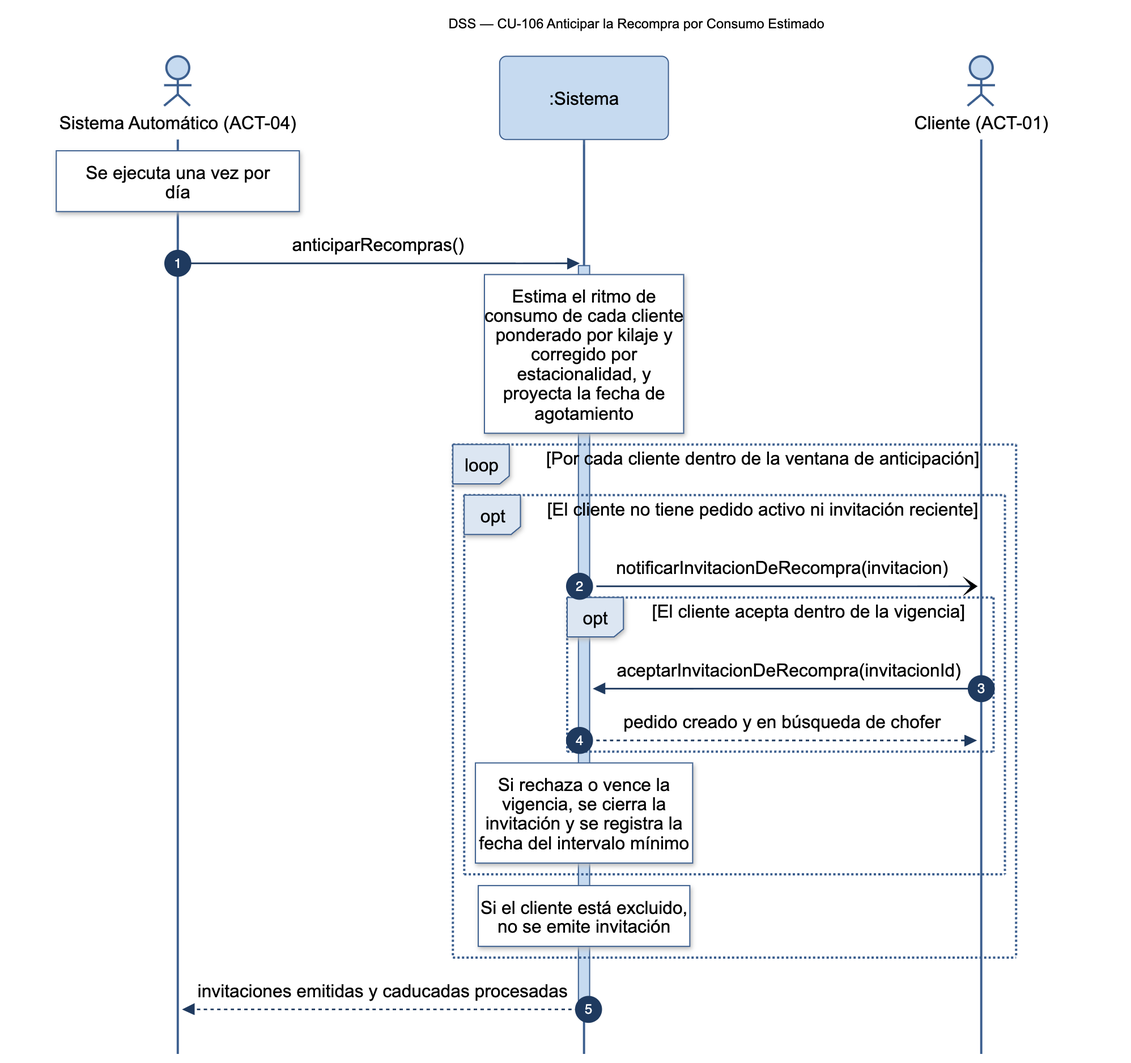
Nahuelito-Dev/splg-docs keeps this Mermaid diagram as diagramas/png/DSS_CU-106_Anticipar-La-Recompra-Por-Consumo-Estimado.png. Above is the earlier version. Its source is kept beside it as diagramas/DSS_CU-106_Anticipar-La-Recompra-Por-Consumo-Estimado.mmd.
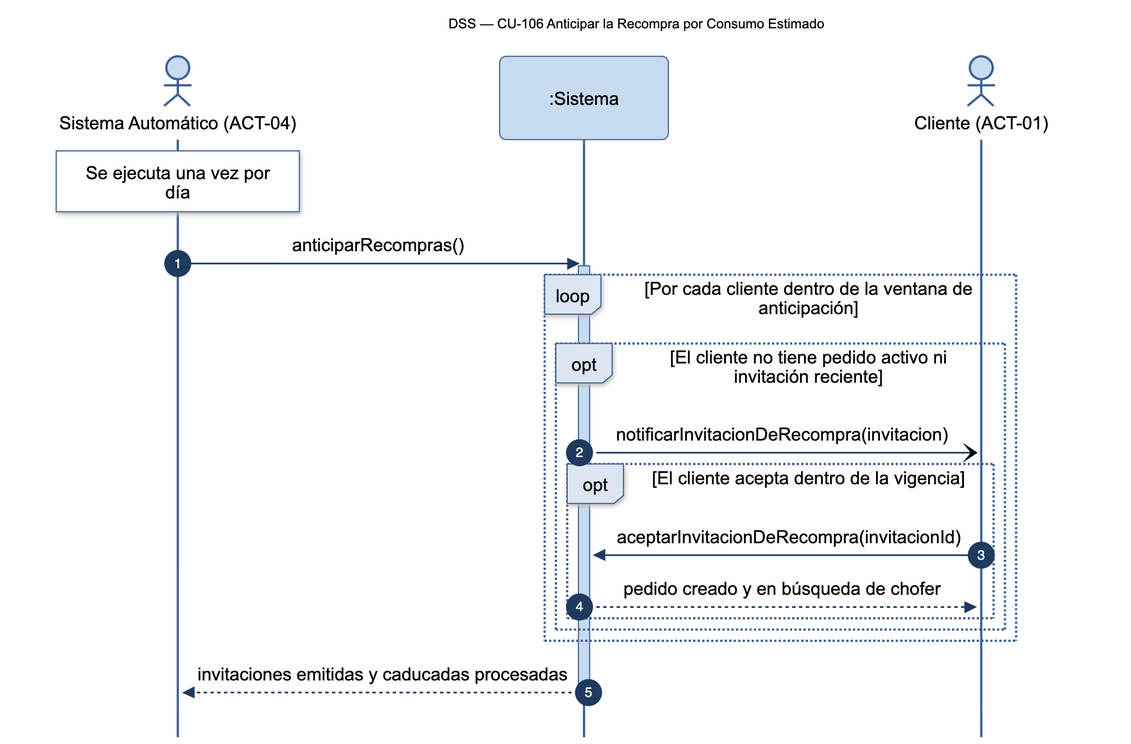
Later version of the same file.

Diff of the diagram source:
```diff
@@ -8,7 +8,6 @@
     Note over SAU: Se ejecuta una vez por<br/>día
     SAU->>SIS: anticiparRecompras()
     activate SIS
-    Note over SIS: Estima el ritmo de<br/>consumo de cada cliente<br/>ponderado por kilaje y<br/>corregido por<br/>estacionalidad, y<br/>proyecta la fecha de<br/>agotamiento
 
     loop Por cada cliente dentro de la ventana de anticipación
         opt El cliente no tiene pedido activo ni invitación reciente
@@ -17,9 +16,7 @@
                 CLI->>SIS: aceptarInvitacionDeRecompra(invitacionId)
                 SIS-->>CLI: pedido creado y en búsqueda de chofer
             end
-            Note over SIS: Si rechaza o vence la<br/>vigencia, se cierra la<br/>invitación y se registra la<br/>fecha del intervalo mínimo
         end
-        Note over SIS: Si el cliente está excluido,<br/>no se emite invitación
     end
     SIS-->>SAU: invitaciones emitidas y caducadas procesadas
     deactivate SIS
```
